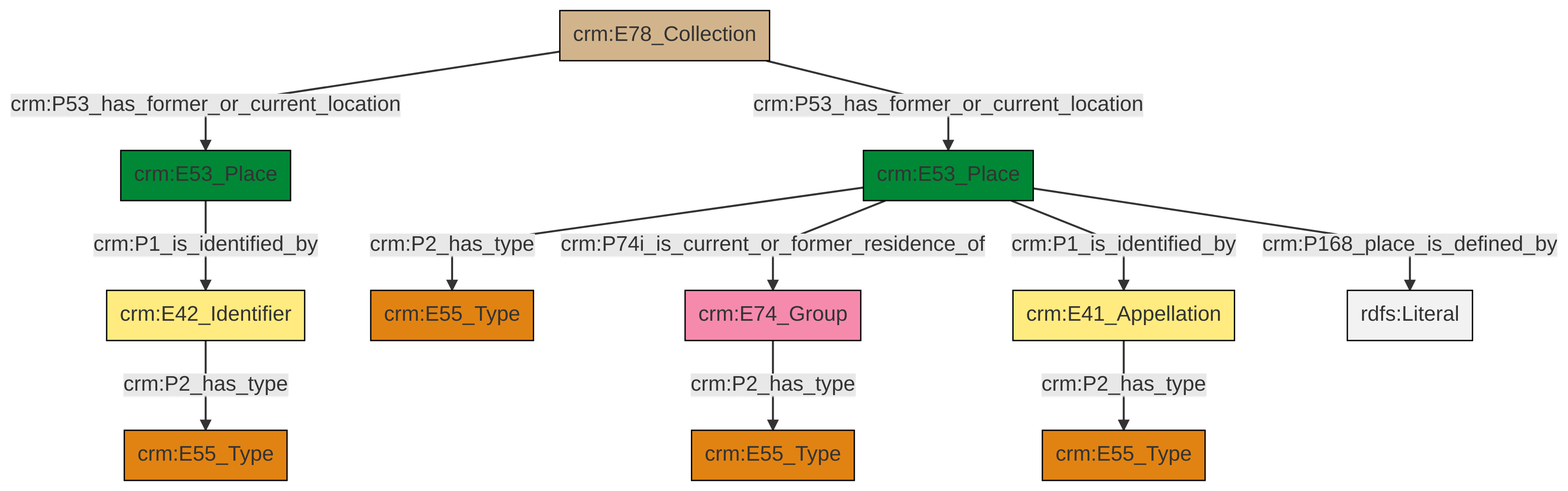
Above: et/archivalCSV/ttl/mmd/png/archival_location.png in swiss-art-research-net/docs.swissartresearch (Mermaid), before the change. Its source is kept beside it as et/archivalCSV/ttl/mmd/archival_location.ttl.mmd.
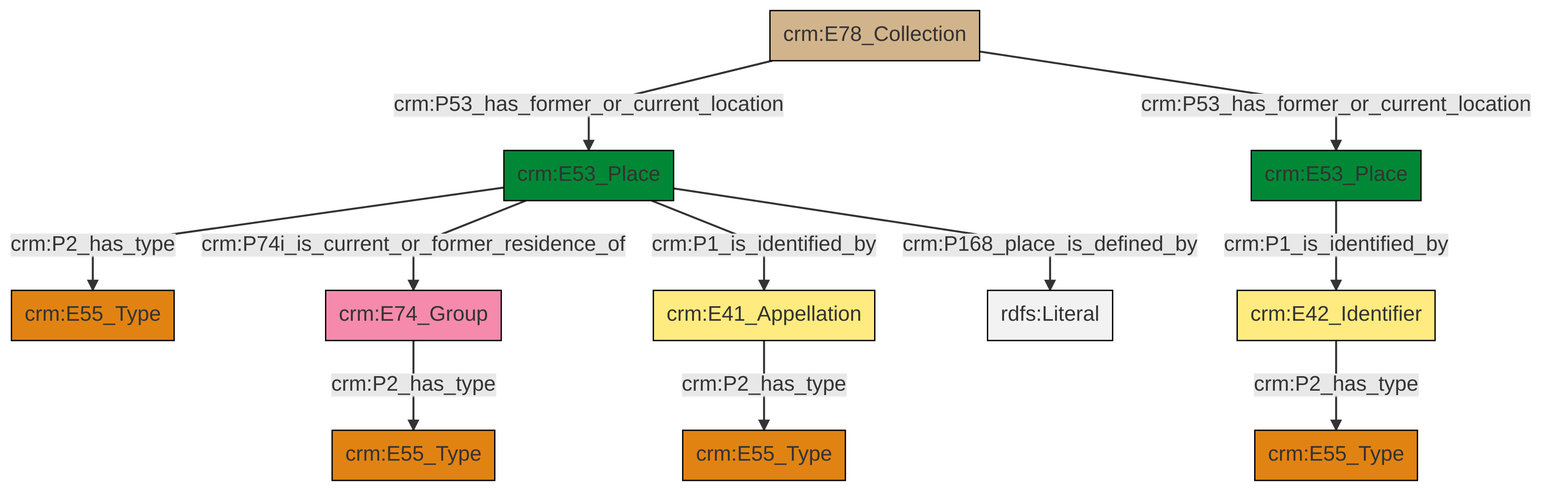
After the commit.

The edit, as a diff of the source:
```diff
@@ -13,13 +13,13 @@
 classDef PC_Classes fill:#4ce600, stroke:#000000;
 classDef Multi fill:#cccccc,stroke:#000000;
 
-0["crm:E42_Identifier"]:::Appellation -->|crm:P2_has_type| 1["crm:E55_Type"]:::Type
-4["crm:E53_Place"]:::Place -->|crm:P2_has_type| 2["crm:E55_Type"]:::Type
-4["crm:E53_Place"]:::Place -->|crm:P74i_is_current_or_former_residence_of| 10["crm:E74_Group"]:::Actor
-11["crm:E78_Collection"]:::Physical_Thing -->|crm:P53_has_former_or_current_location| 6["crm:E53_Place"]:::Place
-6["crm:E53_Place"]:::Place -->|crm:P1_is_identified_by| 0["crm:E42_Identifier"]:::Appellation
-10["crm:E74_Group"]:::Actor -->|crm:P2_has_type| 15["crm:E55_Type"]:::Type
-4["crm:E53_Place"]:::Place -->|crm:P1_is_identified_by| 16["crm:E41_Appellation"]:::Appellation
-16["crm:E41_Appellation"]:::Appellation -->|crm:P2_has_type| 13["crm:E55_Type"]:::Type
-4["crm:E53_Place"]:::Place -->|crm:P168_place_is_defined_by| 22[rdfs:Literal]:::Literal
-11["crm:E78_Collection"]:::Physical_Thing -->|crm:P53_has_former_or_current_location| 4["crm:E53_Place"]:::Place
+2["crm:E78_Collection"]:::Physical_Thing -->|crm:P53_has_former_or_current_location| 10["crm:E53_Place"]:::Place
+10["crm:E53_Place"]:::Place -->|crm:P168_place_is_defined_by| 15[rdfs:Literal]:::Literal
+13["crm:E53_Place"]:::Place -->|crm:P1_is_identified_by| 4["crm:E42_Identifier"]:::Appellation
+19["crm:E41_Appellation"]:::Appellation -->|crm:P2_has_type| 11["crm:E55_Type"]:::Type
+10["crm:E53_Place"]:::Place -->|crm:P2_has_type| 0["crm:E55_Type"]:::Type
+8["crm:E74_Group"]:::Actor -->|crm:P2_has_type| 16["crm:E55_Type"]:::Type
+10["crm:E53_Place"]:::Place -->|crm:P74i_is_current_or_former_residence_of| 8["crm:E74_Group"]:::Actor
+4["crm:E42_Identifier"]:::Appellation -->|crm:P2_has_type| 6["crm:E55_Type"]:::Type
+10["crm:E53_Place"]:::Place -->|crm:P1_is_identified_by| 19["crm:E41_Appellation"]:::Appellation
+2["crm:E78_Collection"]:::Physical_Thing -->|crm:P53_has_former_or_current_location| 13["crm:E53_Place"]:::Place
```
